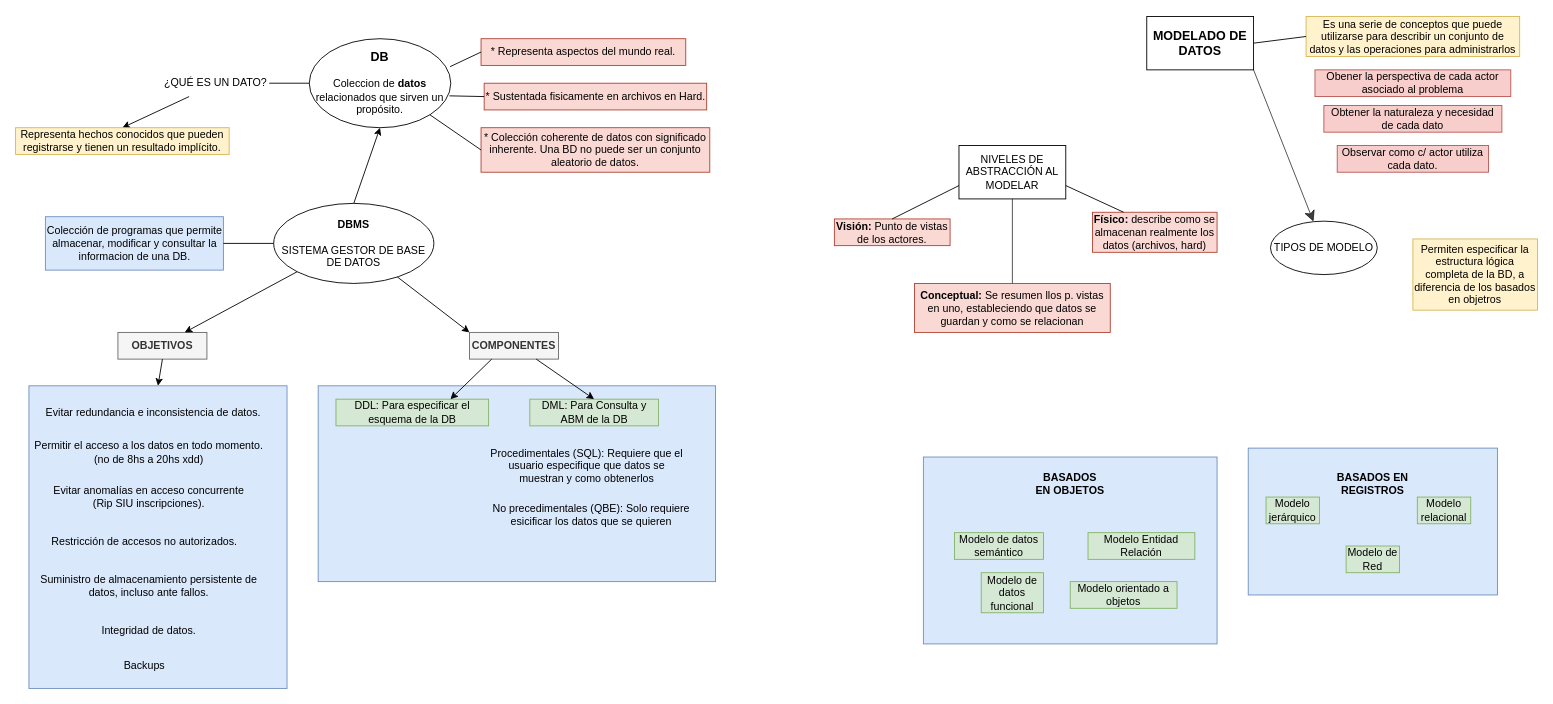
Before: page "DB, Datos, DBMS" (1 of 3) of Diagrama-resumen.drawio in senras/DBD, a draw.io diagram. Source tidied: cells renumbered, new cells numbered last; positions are measured from the earlier drawing's top-left corner, leaving out a move shared by most shapes. Both pictures are drawn from the tidied source at 89%, with x=0, y=0 at pixel (15, 16).
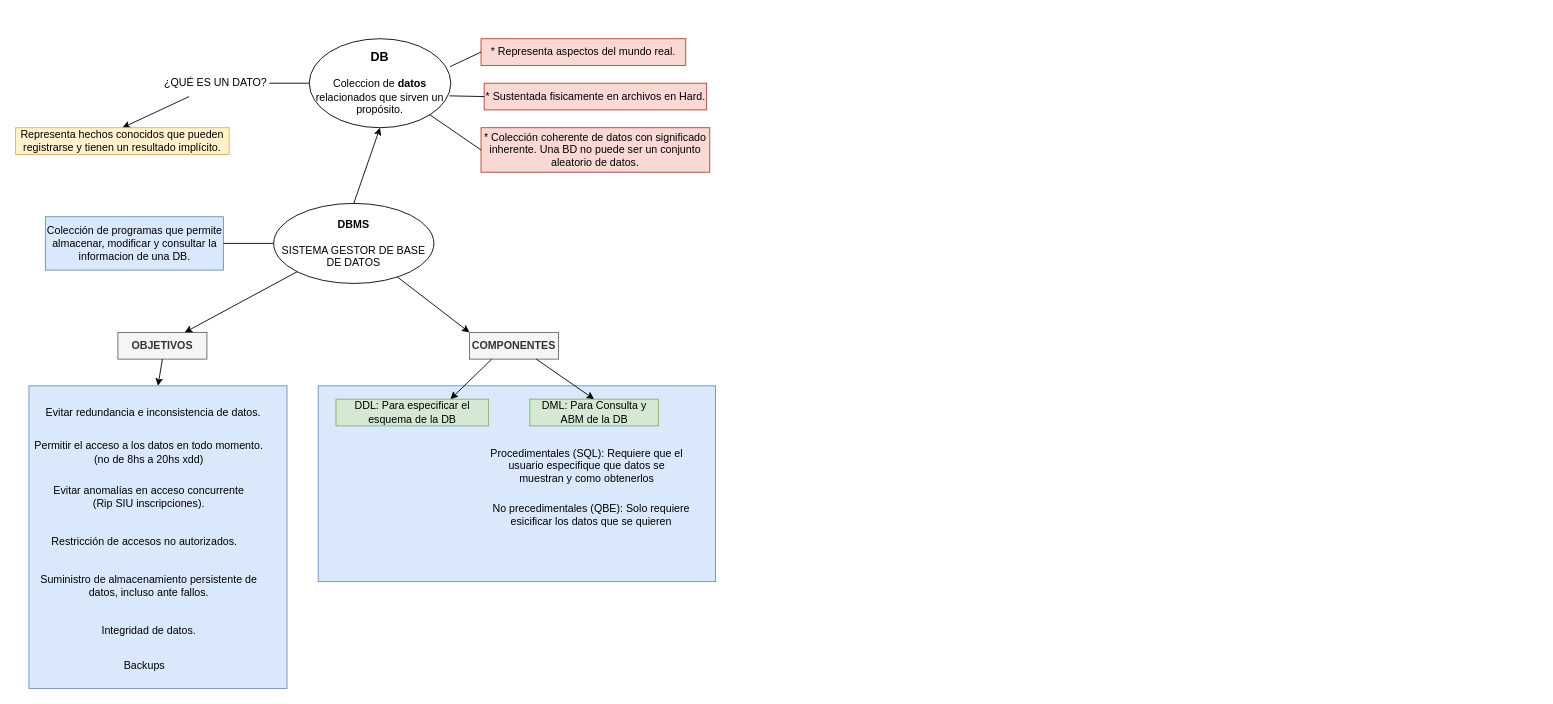
The same diagram, later.

Change to the diagram source:
```diff
@@
-    <mxCell id="2" style="rounded=0;whiteSpace=wrap;html=1;fillColor=#dae8fc;strokeColor=#6c8ebf;" parent="1" vertex="1">
-      <mxGeometry x="1385" y="485" width="280" height="165" as="geometry" />
-    </mxCell>
-    <mxCell id="3" style="rounded=0;whiteSpace=wrap;html=1;fillColor=#dae8fc;strokeColor=#6c8ebf;" parent="1" vertex="1">
-      <mxGeometry x="1020" y="495" width="330" height="210" as="geometry" />
-    </mxCell>
@@
-    <mxCell id="39" value="&lt;h3&gt;MODELADO DE DATOS&lt;/h3&gt;" style="rounded=0;whiteSpace=wrap;html=1;" parent="1" vertex="1">
-      <mxGeometry x="1271" width="120" height="60" as="geometry" />
-    </mxCell>
-    <mxCell id="40" value="NIVELES DE ABSTRACCIÓN AL MODELAR" style="rounded=0;whiteSpace=wrap;html=1;" parent="1" vertex="1">
-      <mxGeometry x="1060" y="145" width="120" height="60" as="geometry" />
-    </mxCell>
-    <mxCell id="41" value="&lt;b&gt;Visión:&lt;/b&gt; Punto de vistas de los actores." style="text;html=1;strokeColor=#ae4132;fillColor=#fad9d5;align=center;verticalAlign=middle;whiteSpace=wrap;rounded=0;" parent="1" vertex="1">
-      <mxGeometry x="920" y="227.5" width="130" height="30" as="geometry" />
-    </mxCell>
-    <mxCell id="42" value="&lt;b&gt;Conceptual:&lt;/b&gt; Se resumen llos p. vistas en uno, estableciendo que datos se guardan y como se relacionan" style="text;html=1;strokeColor=#ae4132;fillColor=#fad9d5;align=center;verticalAlign=middle;whiteSpace=wrap;rounded=0;" parent="1" vertex="1">
-      <mxGeometry x="1010" y="300" width="220" height="55" as="geometry" />
-    </mxCell>
-    <mxCell id="43" value="&lt;b&gt;Físico:&lt;/b&gt; describe como se almacenan realmente los datos (archivos, hard)" style="text;html=1;strokeColor=#ae4132;fillColor=#fad9d5;align=center;verticalAlign=middle;whiteSpace=wrap;rounded=0;" parent="1" vertex="1">
-      <mxGeometry x="1210" y="220" width="140" height="45" as="geometry" />
-    </mxCell>
-    <mxCell id="44" value="Es una serie de conceptos que puede utilizarse para describir un conjunto de datos y las operaciones para administrarlos" style="text;html=1;strokeColor=#d6b656;fillColor=#fff2cc;align=center;verticalAlign=middle;whiteSpace=wrap;rounded=0;" parent="1" vertex="1">
-      <mxGeometry x="1450" width="240" height="45" as="geometry" />
-    </mxCell>
-    <mxCell id="45" style="endArrow=none;html=1;rounded=0;exitX=1;exitY=0.5;exitDx=0;exitDy=0;entryX=0;entryY=0.5;entryDx=0;entryDy=0;" parent="1" edge="1" source="39" target="44">
-      <mxGeometry relative="1" as="geometry" />
-    </mxCell>
-    <mxCell id="46" style="endArrow=none;html=1;rounded=0;exitX=0.25;exitY=0;exitDx=0;exitDy=0;entryX=1;entryY=0.75;entryDx=0;entryDy=0;" parent="1" edge="1" source="43" target="40">
-      <mxGeometry relative="1" as="geometry" />
-    </mxCell>
-    <mxCell id="47" style="endArrow=none;html=1;rounded=0;exitX=0.5;exitY=0;exitDx=0;exitDy=0;entryX=0;entryY=0.75;entryDx=0;entryDy=0;" parent="1" edge="1" source="41" target="40">
-      <mxGeometry relative="1" as="geometry" />
-    </mxCell>
-    <mxCell id="48" style="endArrow=none;html=1;rounded=0;shadow=0;sketch=0;startSize=10;endSize=10;strokeColor=default;strokeWidth=1;opacity=75;jumpSize=10;entryX=0.5;entryY=0;entryDx=0;entryDy=0;exitX=0.5;exitY=1;exitDx=0;exitDy=0;" parent="1" edge="1" source="40" target="42">
-      <mxGeometry relative="1" as="geometry" />
-    </mxCell>
-    <mxCell id="49" value="TIPOS DE MODELO" style="ellipse;whiteSpace=wrap;html=1;" parent="1" vertex="1">
-      <mxGeometry x="1410" y="230" width="120" height="60" as="geometry" />
-    </mxCell>
-    <mxCell id="50" style="endArrow=classic;html=1;rounded=0;shadow=0;sketch=0;startSize=10;endSize=10;strokeColor=default;strokeWidth=1;opacity=75;jumpSize=10;exitX=1;exitY=1;exitDx=0;exitDy=0;" parent="1" edge="1" source="39" target="49">
-      <mxGeometry relative="1" as="geometry" />
-    </mxCell>
-    <mxCell id="51" value="&lt;b&gt;BASADOS EN OBJETOS&lt;/b&gt;" style="text;html=1;strokeColor=none;fillColor=none;align=center;verticalAlign=middle;whiteSpace=wrap;rounded=0;" parent="1" vertex="1">
-      <mxGeometry x="1145" y="510" width="80" height="30" as="geometry" />
-    </mxCell>
-    <mxCell id="52" value="Modelo de datos funcional" style="text;html=1;strokeColor=#82b366;fillColor=#d5e8d4;align=center;verticalAlign=middle;whiteSpace=wrap;rounded=0;" parent="1" vertex="1">
-      <mxGeometry x="1085" y="625" width="70" height="45" as="geometry" />
-    </mxCell>
-    <mxCell id="53" value="Modelo de datos semántico" style="text;html=1;strokeColor=#82b366;fillColor=#d5e8d4;align=center;verticalAlign=middle;whiteSpace=wrap;rounded=0;" parent="1" vertex="1">
-      <mxGeometry x="1055" y="580" width="100" height="30" as="geometry" />
-    </mxCell>
-    <mxCell id="54" value="Modelo orientado a objetos" style="text;html=1;strokeColor=#82b366;fillColor=#d5e8d4;align=center;verticalAlign=middle;whiteSpace=wrap;rounded=0;" parent="1" vertex="1">
-      <mxGeometry x="1185" y="635" width="120" height="30" as="geometry" />
-    </mxCell>
-    <mxCell id="55" value="Modelo Entidad Relación" style="text;html=1;strokeColor=#82b366;fillColor=#d5e8d4;align=center;verticalAlign=middle;whiteSpace=wrap;rounded=0;" parent="1" vertex="1">
-      <mxGeometry x="1205" y="580" width="120" height="30" as="geometry" />
-    </mxCell>
-    <mxCell id="56" value="&lt;b&gt;BASADOS EN REGISTROS&lt;/b&gt;" style="text;html=1;strokeColor=none;fillColor=none;align=center;verticalAlign=middle;whiteSpace=wrap;rounded=0;" parent="1" vertex="1">
-      <mxGeometry x="1480" y="510" width="90" height="30" as="geometry" />
-    </mxCell>
-    <mxCell id="57" value="Permiten especificar la estructura lógica completa de la BD, a diferencia de los basados en objetros" style="text;html=1;strokeColor=#d6b656;fillColor=#fff2cc;align=center;verticalAlign=middle;whiteSpace=wrap;rounded=0;" parent="1" vertex="1">
-      <mxGeometry x="1570" y="250" width="140" height="80" as="geometry" />
-    </mxCell>
-    <mxCell id="58" value="Modelo relacional" style="text;html=1;strokeColor=#82b366;fillColor=#d5e8d4;align=center;verticalAlign=middle;whiteSpace=wrap;rounded=0;" parent="1" vertex="1">
-      <mxGeometry x="1575" y="540" width="60" height="30" as="geometry" />
-    </mxCell>
-    <mxCell id="59" value="Modelo jerárquico" style="text;html=1;strokeColor=#82b366;fillColor=#d5e8d4;align=center;verticalAlign=middle;whiteSpace=wrap;rounded=0;" parent="1" vertex="1">
-      <mxGeometry x="1405" y="540" width="60" height="30" as="geometry" />
-    </mxCell>
-    <mxCell id="60" value="Modelo de Red" style="text;html=1;strokeColor=#82b366;fillColor=#d5e8d4;align=center;verticalAlign=middle;whiteSpace=wrap;rounded=0;" parent="1" vertex="1">
-      <mxGeometry x="1495" y="595" width="60" height="30" as="geometry" />
-    </mxCell>
-    <mxCell id="61" style="edgeStyle=orthogonalEdgeStyle;rounded=0;sketch=0;jumpSize=10;orthogonalLoop=1;jettySize=auto;html=1;exitX=0.5;exitY=1;exitDx=0;exitDy=0;shadow=0;endArrow=none;endFill=0;startSize=10;endSize=10;strokeColor=default;strokeWidth=1;opacity=75;" parent="1" edge="1" source="55" target="55">
-      <mxGeometry relative="1" as="geometry" />
-    </mxCell>
-    <mxCell id="62" style="edgeStyle=orthogonalEdgeStyle;rounded=0;sketch=0;jumpSize=10;orthogonalLoop=1;jettySize=auto;html=1;exitX=0.5;exitY=1;exitDx=0;exitDy=0;shadow=0;endArrow=none;endFill=0;startSize=10;endSize=10;strokeColor=default;strokeWidth=1;opacity=75;" parent="1" edge="1" source="56" target="56">
-      <mxGeometry relative="1" as="geometry" />
-    </mxCell>
-    <mxCell id="63" value="Obtener la naturaleza y necesidad de cada dato" style="text;html=1;strokeColor=#b85450;fillColor=#f8cecc;align=center;verticalAlign=middle;whiteSpace=wrap;rounded=0;" parent="1" vertex="1">
-      <mxGeometry x="1470" y="100" width="200" height="30" as="geometry" />
-    </mxCell>
-    <mxCell id="64" value="Obener la perspectiva de cada actor asociado al problema" style="text;html=1;strokeColor=#b85450;fillColor=#f8cecc;align=center;verticalAlign=middle;whiteSpace=wrap;rounded=0;" parent="1" vertex="1">
-      <mxGeometry x="1460" y="60" width="220" height="30" as="geometry" />
-    </mxCell>
-    <mxCell id="65" value="Observar como c/ actor utiliza cada dato." style="text;html=1;strokeColor=#b85450;fillColor=#f8cecc;align=center;verticalAlign=middle;whiteSpace=wrap;rounded=0;" parent="1" vertex="1">
-      <mxGeometry x="1485" y="145" width="170" height="30" as="geometry" />
-    </mxCell>
```
